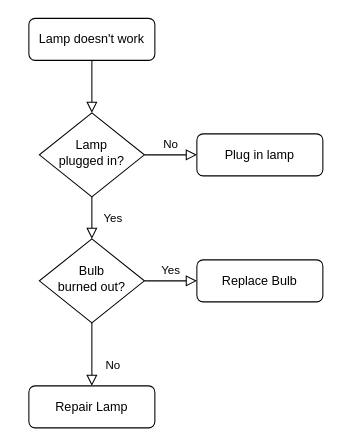
Earlier version of the draw.io diagram Untitled Diagram.drawio (cohaya1/Foodiez). Source tidied: cells renumbered, new cells numbered last; positions are measured from the earlier drawing's top-left corner, leaving out a move shared by most shapes. Both pictures are drawn from the tidied source at 105%, with x=0, y=0 at pixel (28, 18).
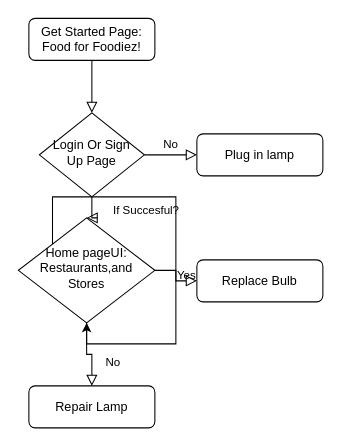
The same page after the edit.

Commit message:
UiUX design for Foodiez app

Diff of the diagram source:
```diff
@@
 <mxGraphModel>
   <root>
     <mxCell id="0" />
     <mxCell id="1" parent="0" />
     <mxCell id="2" style="rounded=0;html=1;jettySize=auto;fontSize=11;endArrow=block;endFill=0;endSize=8;strokeWidth=1;shadow=0;labelBackgroundColor=none;edgeStyle=orthogonalEdgeStyle;" parent="1" edge="1" source="3" target="6">
       <mxGeometry relative="1" as="geometry" />
     </mxCell>
-    <mxCell id="3" value="Lamp doesn't work" style="rounded=1;whiteSpace=wrap;html=1;fontSize=12;glass=0;strokeWidth=1;shadow=0;" parent="1" vertex="1">
+    <mxCell id="3" value="Get Started Page: Food for Foodiez!" style="rounded=1;whiteSpace=wrap;html=1;fontSize=12;glass=0;strokeWidth=1;shadow=0;" parent="1" vertex="1">
       <mxGeometry width="120" height="40" as="geometry" />
     </mxCell>
-    <mxCell id="4" value="Yes" style="rounded=0;html=1;jettySize=auto;fontSize=11;endArrow=block;endFill=0;endSize=8;strokeWidth=1;shadow=0;labelBackgroundColor=none;edgeStyle=orthogonalEdgeStyle;" parent="1" edge="1" source="6" target="10">
-      <mxGeometry y="20" relative="1" as="geometry" />
+    <mxCell id="4" value="&amp;nbsp;If Succesful?" style="rounded=0;html=1;jettySize=auto;fontSize=11;endArrow=block;endFill=0;endSize=8;strokeWidth=1;shadow=0;labelBackgroundColor=none;edgeStyle=orthogonalEdgeStyle;" parent="1" edge="1" source="6" target="10">
+      <mxGeometry y="50" relative="1" as="geometry" />
     </mxCell>
     <mxCell id="5" value="No" style="edgeStyle=orthogonalEdgeStyle;rounded=0;html=1;jettySize=auto;fontSize=11;endArrow=block;endFill=0;endSize=8;strokeWidth=1;shadow=0;labelBackgroundColor=none;" parent="1" edge="1" source="6" target="7">
       <mxGeometry y="10" relative="1" as="geometry" />
     </mxCell>
-    <mxCell id="6" value="Lamp&lt;br&gt;plugged in?" style="rhombus;whiteSpace=wrap;html=1;shadow=0;fontFamily=Helvetica;fontSize=12;align=center;strokeWidth=1;spacing=6;spacingTop=-4;" parent="1" vertex="1">
+    <mxCell id="6" value="Login Or Sign Up Page" style="rhombus;whiteSpace=wrap;html=1;shadow=0;fontFamily=Helvetica;fontSize=12;align=center;strokeWidth=1;spacing=6;spacingTop=-4;" parent="1" vertex="1">
       <mxGeometry x="10" y="90" width="100" height="80" as="geometry" />
     </mxCell>
     <mxCell id="7" value="Plug in lamp" style="rounded=1;whiteSpace=wrap;html=1;fontSize=12;glass=0;strokeWidth=1;shadow=0;" parent="1" vertex="1">
       <mxGeometry x="160" y="110" width="120" height="40" as="geometry" />
     </mxCell>
     <mxCell id="8" value="No" style="rounded=0;html=1;jettySize=auto;fontSize=11;endArrow=block;endFill=0;endSize=8;strokeWidth=1;shadow=0;labelBackgroundColor=none;edgeStyle=orthogonalEdgeStyle;" parent="1" edge="1" source="10" target="11">
       <mxGeometry x="0.33" y="20" relative="1" as="geometry" />
     </mxCell>
     <mxCell id="9" value="Yes" style="edgeStyle=orthogonalEdgeStyle;rounded=0;html=1;jettySize=auto;fontSize=11;endArrow=block;endFill=0;endSize=8;strokeWidth=1;shadow=0;labelBackgroundColor=none;" parent="1" edge="1" source="10" target="12">
       <mxGeometry y="10" relative="1" as="geometry" />
     </mxCell>
-    <mxCell id="10" value="Bulb&lt;br&gt;burned out?" style="rhombus;whiteSpace=wrap;html=1;shadow=0;fontFamily=Helvetica;fontSize=12;align=center;strokeWidth=1;spacing=6;spacingTop=-4;" parent="1" vertex="1">
-      <mxGeometry x="10" y="210" width="100" height="80" as="geometry" />
+    <mxCell id="10" value="Home pageUI:&lt;br&gt;Restaurants,and Stores" style="rhombus;whiteSpace=wrap;html=1;shadow=0;fontFamily=Helvetica;fontSize=12;align=center;strokeWidth=1;spacing=6;spacingTop=-4;" parent="1" vertex="1">
+      <mxGeometry x="-10" y="190" width="130" height="100" as="geometry" />
     </mxCell>
     <mxCell id="11" value="Repair Lamp" style="rounded=1;whiteSpace=wrap;html=1;fontSize=12;glass=0;strokeWidth=1;shadow=0;" parent="1" vertex="1">
       <mxGeometry y="350" width="120" height="40" as="geometry" />
     </mxCell>
     <mxCell id="12" value="Replace Bulb" style="rounded=1;whiteSpace=wrap;html=1;fontSize=12;glass=0;strokeWidth=1;shadow=0;" parent="1" vertex="1">
       <mxGeometry x="160" y="230" width="120" height="40" as="geometry" />
     </mxCell>
+    <mxCell id="13" style="edgeStyle=orthogonalEdgeStyle;rounded=0;orthogonalLoop=1;jettySize=auto;html=1;exitX=0;exitY=0;exitDx=0;exitDy=0;" parent="1" edge="1" source="10" target="10">
+      <mxGeometry relative="1" as="geometry" />
+    </mxCell>
   </root>
 </mxGraphModel>
```
